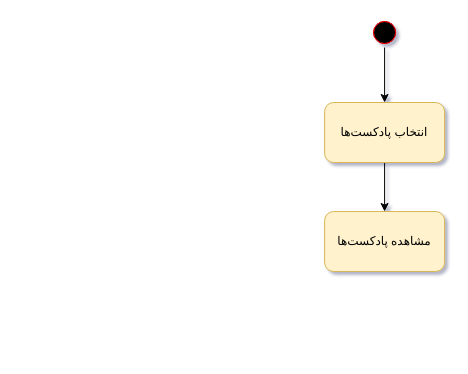
Matinrezaei/Software-Lab keeps this draw.io diagram as page "مشاهده‌ پادکست‌ها" (1 of 19) of ActivityDiagram.drawio. Above is the earlier version. Source tidied: cells renumbered, new cells numbered last; positions are measured from the earlier drawing's top-left corner, leaving out a move shared by most shapes. Both pictures are drawn from the tidied source at 100%, with x=0, y=0 at pixel (324, 17).
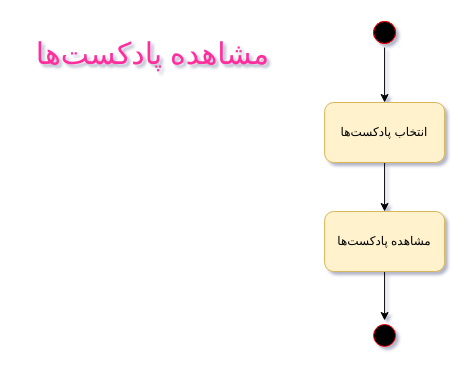
The same page after the edit.

What changed in the source:
```diff
@@
 <mxGraphModel background="#ffffff" shadow="1">
   <root>
     <mxCell id="0" />
     <mxCell id="1" parent="0" />
     <mxCell id="2" style="ellipse;html=1;shape=startState;fillColor=#000000;strokeColor=#ff0000;" parent="1" vertex="1">
       <mxGeometry x="45.1" width="30" height="30" as="geometry" />
     </mxCell>
     <mxCell id="3" style="edgeStyle=orthogonalEdgeStyle;rounded=0;jettySize=auto;html=1;entryX=0.5;entryY=0;entryDx=0;entryDy=0;" parent="1" edge="1" source="4" target="6">
       <mxGeometry relative="1" as="geometry" />
     </mxCell>
     <mxCell id="4" style="ellipse;html=1;shape=startState;fillColor=#000000;strokeColor=#ff0000;" parent="1" vertex="1">
       <mxGeometry x="45.1" width="30" height="30" as="geometry" />
     </mxCell>
     <mxCell id="5" style="edgeStyle=orthogonalEdgeStyle;rounded=0;jettySize=auto;html=1;entryX=0.5;entryY=0;entryDx=0;entryDy=0;" parent="1" edge="1" source="6" target="7">
       <mxGeometry relative="1" as="geometry" />
     </mxCell>
     <mxCell id="6" value="انتخاب پادکست‌ها" style="rounded=1;whiteSpace=wrap;html=1;fillColor=#fff2cc;strokeColor=#d6b656;" parent="1" vertex="1">
       <mxGeometry x="0.1" y="85" width="120" height="60" as="geometry" />
     </mxCell>
+    <mxCell id="8" style="edgeStyle=orthogonalEdgeStyle;rounded=0;jettySize=auto;html=1;" parent="1" edge="1" source="7" target="9">
+      <mxGeometry relative="1" as="geometry" />
+    </mxCell>
     <mxCell id="7" value="مشاهده پادکست‌ها" style="rounded=1;whiteSpace=wrap;html=1;fillColor=#fff2cc;strokeColor=#d6b656;" parent="1" vertex="1">
       <mxGeometry x="0.1" y="194" width="120" height="60" as="geometry" />
     </mxCell>
+    <mxCell id="9" style="ellipse;html=1;shape=startState;fillColor=#000000;strokeColor=#ff0000;" parent="1" vertex="1">
+      <mxGeometry x="45.1" y="303" width="30" height="30" as="geometry" />
+    </mxCell>
+    <mxCell id="10" value="&lt;font style=&quot;font-size: 30px;&quot; color=&quot;#ff2e9d&quot; face=&quot;Tahoma&quot;&gt;مشاهده‌ پادکست‌ها&lt;/font&gt;&lt;font style=&quot;font-size: 30px;&quot; color=&quot;#ff2e9d&quot; face=&quot;Tahoma&quot;&gt;&lt;br&gt;&lt;/font&gt;" style="text;html=1;align=center;verticalAlign=middle;strokeColor=none;fillColor=none;" parent="1" vertex="1">
+      <mxGeometry x="-307" y="11" width="269" height="48" as="geometry" />
+    </mxCell>
   </root>
 </mxGraphModel>
```
